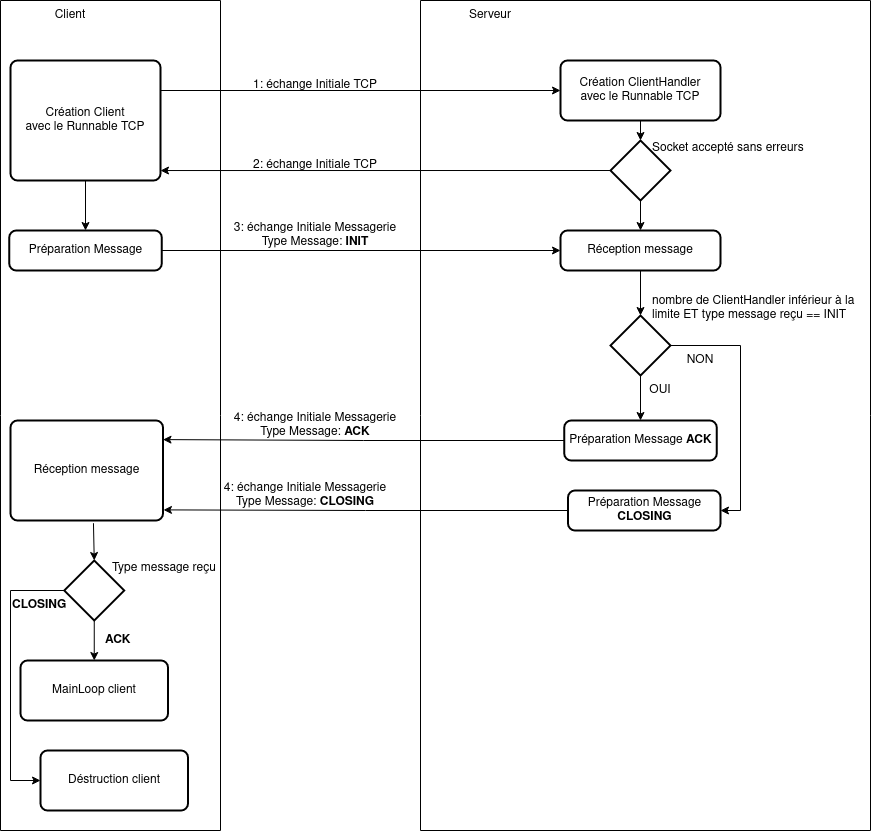
The draw.io diagram img/sae32_messaging_com_TCP.png in qwertyjuju/SAE32, before a commit. Source tidied: cells renumbered, new cells last; positions are measured from the earlier drawing's top-left corner, leaving out a move shared by most shapes. Its diagram source:
```xml
<mxGraphModel>
  <root>
    <mxCell id="0" />
    <mxCell id="1" parent="0" />
    <mxCell id="2" style="swimlane;startSize=0;" parent="1" vertex="1">
      <mxGeometry width="220" height="830" as="geometry" />
    </mxCell>
    <mxCell id="3" value="Client" style="text;html=1;strokeColor=none;fillColor=none;align=center;verticalAlign=middle;whiteSpace=wrap;rounded=0;" parent="2" vertex="1">
      <mxGeometry x="40" width="60" height="30" as="geometry" />
    </mxCell>
    <mxCell id="4" value="&lt;div&gt;Création Client&lt;/div&gt;&lt;div&gt;avec le Runnable TCP&lt;br&gt;&lt;/div&gt;" style="rounded=1;whiteSpace=wrap;html=1;absoluteArcSize=1;arcSize=14;strokeWidth=2;" parent="2" vertex="1">
      <mxGeometry x="10" y="60" width="150" height="120" as="geometry" />
    </mxCell>
    <mxCell id="5" style="endArrow=classic;html=1;rounded=0;exitX=0.5;exitY=1;exitDx=0;exitDy=0;entryX=0.5;entryY=0;entryDx=0;entryDy=0;" parent="2" edge="1" source="4" target="6">
      <mxGeometry relative="1" as="geometry" />
    </mxCell>
    <mxCell id="6" value="Préparation Message" style="rounded=1;whiteSpace=wrap;html=1;absoluteArcSize=1;arcSize=14;strokeWidth=2;" parent="2" vertex="1">
      <mxGeometry x="8.8" y="230" width="152.5" height="40" as="geometry" />
    </mxCell>
    <mxCell id="7" style="edgeStyle=orthogonalEdgeStyle;rounded=0;jettySize=auto;html=1;entryX=0.5;entryY=0;entryDx=0;entryDy=0;entryPerimeter=0;endArrow=classic;endFill=1;exitX=0.544;exitY=1.027;exitDx=0;exitDy=0;exitPerimeter=0;" parent="2" edge="1" source="8" target="11">
      <mxGeometry relative="1" as="geometry" />
    </mxCell>
    <mxCell id="8" value="Réception message" style="rounded=1;whiteSpace=wrap;html=1;absoluteArcSize=1;arcSize=14;strokeWidth=2;" parent="2" vertex="1">
      <mxGeometry x="10" y="420" width="152.5" height="100" as="geometry" />
    </mxCell>
    <mxCell id="9" style="edgeStyle=orthogonalEdgeStyle;rounded=0;jettySize=auto;html=1;entryX=0;entryY=0.5;entryDx=0;entryDy=0;endArrow=classic;endFill=1;exitX=0;exitY=0.5;exitDx=0;exitDy=0;exitPerimeter=0;" parent="2" edge="1" source="11" target="13">
      <mxGeometry relative="1" as="geometry">
        <Array as="points">
          <mxPoint x="10" y="590" />
          <mxPoint x="10" y="780" />
        </Array>
      </mxGeometry>
    </mxCell>
    <mxCell id="10" style="edgeStyle=orthogonalEdgeStyle;rounded=0;jettySize=auto;html=1;entryX=0.5;entryY=0;entryDx=0;entryDy=0;endArrow=classic;endFill=1;" parent="2" edge="1" source="11" target="16">
      <mxGeometry relative="1" as="geometry" />
    </mxCell>
    <mxCell id="11" style="strokeWidth=2;html=1;shape=mxgraph.flowchart.decision;whiteSpace=wrap;" parent="2" vertex="1">
      <mxGeometry x="63.8" y="560" width="60" height="60" as="geometry" />
    </mxCell>
    <mxCell id="12" value="Type message reçu" style="text;html=1;strokeColor=none;fillColor=none;align=left;verticalAlign=middle;whiteSpace=wrap;rounded=0;" parent="2" vertex="1">
      <mxGeometry x="110" y="540" width="220" height="55" as="geometry" />
    </mxCell>
    <mxCell id="13" value="Déstruction client" style="rounded=1;whiteSpace=wrap;html=1;absoluteArcSize=1;arcSize=14;strokeWidth=2;" parent="2" vertex="1">
      <mxGeometry x="40" y="750" width="147.5" height="60" as="geometry" />
    </mxCell>
    <mxCell id="14" value="&lt;b&gt;ACK&lt;/b&gt;" style="text;html=1;strokeColor=none;fillColor=none;align=left;verticalAlign=middle;whiteSpace=wrap;rounded=0;" parent="2" vertex="1">
      <mxGeometry x="102.5" y="610" width="60" height="60" as="geometry" />
    </mxCell>
    <mxCell id="15" value="&lt;b&gt;CLOSING&lt;/b&gt;" style="text;html=1;strokeColor=none;fillColor=none;align=left;verticalAlign=middle;whiteSpace=wrap;rounded=0;" parent="2" vertex="1">
      <mxGeometry x="10" y="595" width="60" height="20" as="geometry" />
    </mxCell>
    <mxCell id="16" value="MainLoop client" style="rounded=1;whiteSpace=wrap;html=1;absoluteArcSize=1;arcSize=14;strokeWidth=2;" parent="2" vertex="1">
      <mxGeometry x="20" y="660" width="147.5" height="60" as="geometry" />
    </mxCell>
    <mxCell id="17" style="swimlane;startSize=0;" parent="1" vertex="1">
      <mxGeometry x="420" width="450" height="830" as="geometry" />
    </mxCell>
    <mxCell id="18" value="Serveur" style="text;html=1;strokeColor=none;fillColor=none;align=center;verticalAlign=middle;whiteSpace=wrap;rounded=0;" parent="17" vertex="1">
      <mxGeometry x="40" width="60" height="30" as="geometry" />
    </mxCell>
    <mxCell id="19" style="edgeStyle=orthogonalEdgeStyle;rounded=0;jettySize=auto;html=1;endArrow=classic;endFill=1;entryX=0.5;entryY=0;entryDx=0;entryDy=0;entryPerimeter=0;exitX=0.5;exitY=1;exitDx=0;exitDy=0;" parent="17" edge="1" source="20" target="27">
      <mxGeometry relative="1" as="geometry" />
    </mxCell>
    <mxCell id="20" value="&lt;div&gt;Création ClientHandler&lt;/div&gt;&lt;div&gt;avec le Runnable TCP&lt;br&gt;&lt;/div&gt;" style="rounded=1;whiteSpace=wrap;html=1;absoluteArcSize=1;arcSize=14;strokeWidth=2;" parent="17" vertex="1">
      <mxGeometry x="140" y="60" width="160" height="60" as="geometry" />
    </mxCell>
    <mxCell id="21" style="edgeStyle=orthogonalEdgeStyle;rounded=0;jettySize=auto;html=1;entryX=0.5;entryY=0;entryDx=0;entryDy=0;endArrow=classic;endFill=1;" parent="17" edge="1" source="23" target="31">
      <mxGeometry relative="1" as="geometry" />
    </mxCell>
    <mxCell id="22" style="edgeStyle=orthogonalEdgeStyle;rounded=0;jettySize=auto;html=1;entryX=1;entryY=0.5;entryDx=0;entryDy=0;endArrow=classic;endFill=1;" parent="17" edge="1" source="23" target="32">
      <mxGeometry relative="1" as="geometry">
        <Array as="points">
          <mxPoint x="320" y="345" />
          <mxPoint x="320" y="510" />
        </Array>
      </mxGeometry>
    </mxCell>
    <mxCell id="23" style="strokeWidth=2;html=1;shape=mxgraph.flowchart.decision;whiteSpace=wrap;" parent="17" vertex="1">
      <mxGeometry x="190" y="315" width="60" height="60" as="geometry" />
    </mxCell>
    <mxCell id="24" value="nombre de ClientHandler inférieur à la limite ET type message reçu == INIT" style="text;html=1;strokeColor=none;fillColor=none;align=left;verticalAlign=middle;whiteSpace=wrap;rounded=0;" parent="17" vertex="1">
      <mxGeometry x="230" y="280" width="220" height="55" as="geometry" />
    </mxCell>
    <mxCell id="25" value="OUI" style="text;html=1;strokeColor=none;fillColor=none;align=center;verticalAlign=middle;whiteSpace=wrap;rounded=0;" parent="17" vertex="1">
      <mxGeometry x="220" y="375" width="40" height="30" as="geometry" />
    </mxCell>
    <mxCell id="26" style="edgeStyle=orthogonalEdgeStyle;rounded=0;jettySize=auto;html=1;entryX=0.5;entryY=0;entryDx=0;entryDy=0;endArrow=classic;endFill=1;" parent="17" edge="1" source="27" target="30">
      <mxGeometry relative="1" as="geometry" />
    </mxCell>
    <mxCell id="27" style="strokeWidth=2;html=1;shape=mxgraph.flowchart.decision;whiteSpace=wrap;" parent="17" vertex="1">
      <mxGeometry x="190" y="140" width="60" height="60" as="geometry" />
    </mxCell>
    <mxCell id="28" value="Socket accepté sans erreurs" style="text;html=1;strokeColor=none;fillColor=none;align=left;verticalAlign=middle;whiteSpace=wrap;rounded=0;" parent="17" vertex="1">
      <mxGeometry x="230" y="120" width="220" height="55" as="geometry" />
    </mxCell>
    <mxCell id="29" style="edgeStyle=orthogonalEdgeStyle;rounded=0;jettySize=auto;html=1;entryX=0.5;entryY=0;entryDx=0;entryDy=0;entryPerimeter=0;endArrow=classic;endFill=1;" parent="17" edge="1" source="30" target="23">
      <mxGeometry relative="1" as="geometry" />
    </mxCell>
    <mxCell id="30" value="Réception message" style="rounded=1;whiteSpace=wrap;html=1;absoluteArcSize=1;arcSize=14;strokeWidth=2;" parent="17" vertex="1">
      <mxGeometry x="140" y="230" width="160" height="40" as="geometry" />
    </mxCell>
    <mxCell id="31" value="&lt;div&gt;Préparation Message &lt;b&gt;ACK&lt;/b&gt;&lt;br&gt;&lt;/div&gt;" style="rounded=1;whiteSpace=wrap;html=1;absoluteArcSize=1;arcSize=14;strokeWidth=2;" parent="17" vertex="1">
      <mxGeometry x="143.8" y="420" width="152.5" height="40" as="geometry" />
    </mxCell>
    <mxCell id="32" value="&lt;div&gt;Préparation Message &lt;b&gt;CLOSING&lt;/b&gt;&lt;br&gt;&lt;/div&gt;" style="rounded=1;whiteSpace=wrap;html=1;absoluteArcSize=1;arcSize=14;strokeWidth=2;" parent="17" vertex="1">
      <mxGeometry x="147.5" y="490" width="152.5" height="40" as="geometry" />
    </mxCell>
    <mxCell id="33" value="NON" style="text;html=1;strokeColor=none;fillColor=none;align=center;verticalAlign=middle;whiteSpace=wrap;rounded=0;" parent="17" vertex="1">
      <mxGeometry x="260" y="345" width="40" height="30" as="geometry" />
    </mxCell>
    <mxCell id="34" value="1: échange Initiale TCP" style="text;html=1;strokeColor=none;fillColor=none;align=center;verticalAlign=middle;whiteSpace=wrap;rounded=0;" parent="1" vertex="1">
      <mxGeometry x="250" y="70" width="130" height="30" as="geometry" />
    </mxCell>
    <mxCell id="35" style="edgeStyle=orthogonalEdgeStyle;rounded=0;jettySize=auto;html=1;exitX=0;exitY=0.5;exitDx=0;exitDy=0;endArrow=classic;endFill=1;exitPerimeter=0;entryX=1;entryY=0.917;entryDx=0;entryDy=0;entryPerimeter=0;" parent="1" edge="1" source="27" target="4">
      <mxGeometry relative="1" as="geometry" />
    </mxCell>
    <mxCell id="36" value="2: échange Initiale TCP" style="text;html=1;strokeColor=none;fillColor=none;align=center;verticalAlign=middle;whiteSpace=wrap;rounded=0;" parent="1" vertex="1">
      <mxGeometry x="250" y="150" width="130" height="30" as="geometry" />
    </mxCell>
    <mxCell id="37" style="endArrow=classic;html=1;rounded=0;exitX=1;exitY=0.25;exitDx=0;exitDy=0;entryX=0;entryY=0.5;entryDx=0;entryDy=0;" parent="1" edge="1" source="4" target="20">
      <mxGeometry relative="1" as="geometry" />
    </mxCell>
    <mxCell id="38" style="edgeStyle=orthogonalEdgeStyle;rounded=0;jettySize=auto;html=1;entryX=0;entryY=0.5;entryDx=0;entryDy=0;endArrow=classic;endFill=1;" parent="1" edge="1" source="6" target="30">
      <mxGeometry relative="1" as="geometry" />
    </mxCell>
    <mxCell id="39" value="&lt;div&gt;3: échange Initiale Messagerie&lt;br&gt;Type Message: &lt;b&gt;INIT&lt;/b&gt;&lt;br&gt;&lt;/div&gt;" style="text;html=1;strokeColor=none;fillColor=none;align=center;verticalAlign=middle;whiteSpace=wrap;rounded=0;" parent="1" vertex="1">
      <mxGeometry x="230" y="220" width="170" height="30" as="geometry" />
    </mxCell>
    <mxCell id="40" style="edgeStyle=orthogonalEdgeStyle;rounded=0;jettySize=auto;html=1;endArrow=classic;endFill=1;exitX=0;exitY=0.5;exitDx=0;exitDy=0;entryX=1;entryY=0.191;entryDx=0;entryDy=0;entryPerimeter=0;" parent="1" edge="1" source="31" target="8">
      <mxGeometry relative="1" as="geometry" />
    </mxCell>
    <mxCell id="41" value="&lt;div&gt;4: échange Initiale Messagerie&lt;br&gt;Type Message: &lt;b&gt;ACK&lt;/b&gt;&lt;br&gt;&lt;/div&gt;" style="text;html=1;strokeColor=none;fillColor=none;align=center;verticalAlign=middle;whiteSpace=wrap;rounded=0;" parent="1" vertex="1">
      <mxGeometry x="230" y="410" width="170" height="30" as="geometry" />
    </mxCell>
    <mxCell id="42" style="edgeStyle=orthogonalEdgeStyle;rounded=0;jettySize=auto;html=1;endArrow=classic;endFill=1;exitX=0;exitY=0.5;exitDx=0;exitDy=0;entryX=1.003;entryY=0.894;entryDx=0;entryDy=0;entryPerimeter=0;" parent="1" edge="1" source="32" target="8">
      <mxGeometry relative="1" as="geometry" />
    </mxCell>
    <mxCell id="43" value="&lt;div&gt;4: échange Initiale Messagerie&lt;br&gt;Type Message: &lt;b&gt;CLOSING&lt;/b&gt;&lt;br&gt;&lt;/div&gt;" style="text;html=1;strokeColor=none;fillColor=none;align=center;verticalAlign=middle;whiteSpace=wrap;rounded=0;" parent="1" vertex="1">
      <mxGeometry x="220" y="480" width="170" height="30" as="geometry" />
    </mxCell>
  </root>
</mxGraphModel>
```
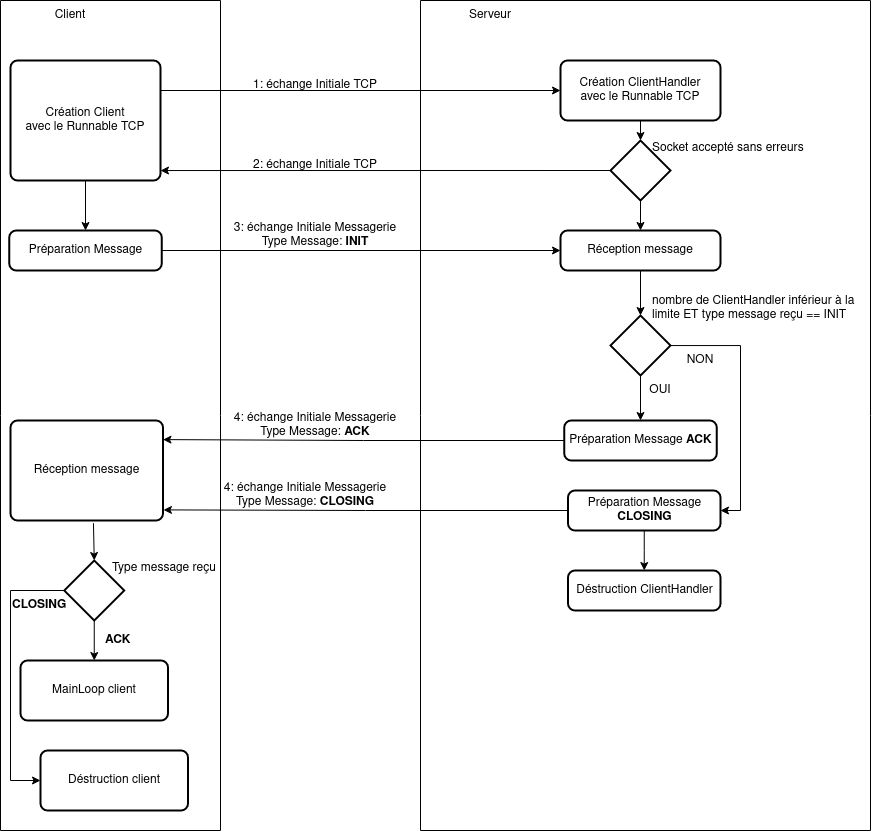
The same diagram one commit later.

Diff of the diagram source:
```diff
@@ -102,12 +102,18 @@
     <mxCell id="31" value="&lt;div&gt;Préparation Message &lt;b&gt;ACK&lt;/b&gt;&lt;br&gt;&lt;/div&gt;" style="rounded=1;whiteSpace=wrap;html=1;absoluteArcSize=1;arcSize=14;strokeWidth=2;" parent="17" vertex="1">
       <mxGeometry x="143.8" y="420" width="152.5" height="40" as="geometry" />
     </mxCell>
+    <mxCell id="44" style="edgeStyle=orthogonalEdgeStyle;rounded=0;jettySize=auto;html=1;entryX=0.5;entryY=0;entryDx=0;entryDy=0;" parent="17" edge="1" source="32" target="45">
+      <mxGeometry relative="1" as="geometry" />
+    </mxCell>
     <mxCell id="32" value="&lt;div&gt;Préparation Message &lt;b&gt;CLOSING&lt;/b&gt;&lt;br&gt;&lt;/div&gt;" style="rounded=1;whiteSpace=wrap;html=1;absoluteArcSize=1;arcSize=14;strokeWidth=2;" parent="17" vertex="1">
       <mxGeometry x="147.5" y="490" width="152.5" height="40" as="geometry" />
     </mxCell>
     <mxCell id="33" value="NON" style="text;html=1;strokeColor=none;fillColor=none;align=center;verticalAlign=middle;whiteSpace=wrap;rounded=0;" parent="17" vertex="1">
       <mxGeometry x="260" y="345" width="40" height="30" as="geometry" />
     </mxCell>
+    <mxCell id="45" value="Déstruction ClientHandler" style="rounded=1;whiteSpace=wrap;html=1;absoluteArcSize=1;arcSize=14;strokeWidth=2;" parent="17" vertex="1">
+      <mxGeometry x="147.5" y="570" width="152.5" height="40" as="geometry" />
+    </mxCell>
     <mxCell id="34" value="1: échange Initiale TCP" style="text;html=1;strokeColor=none;fillColor=none;align=center;verticalAlign=middle;whiteSpace=wrap;rounded=0;" parent="1" vertex="1">
       <mxGeometry x="250" y="70" width="130" height="30" as="geometry" />
     </mxCell>
```
